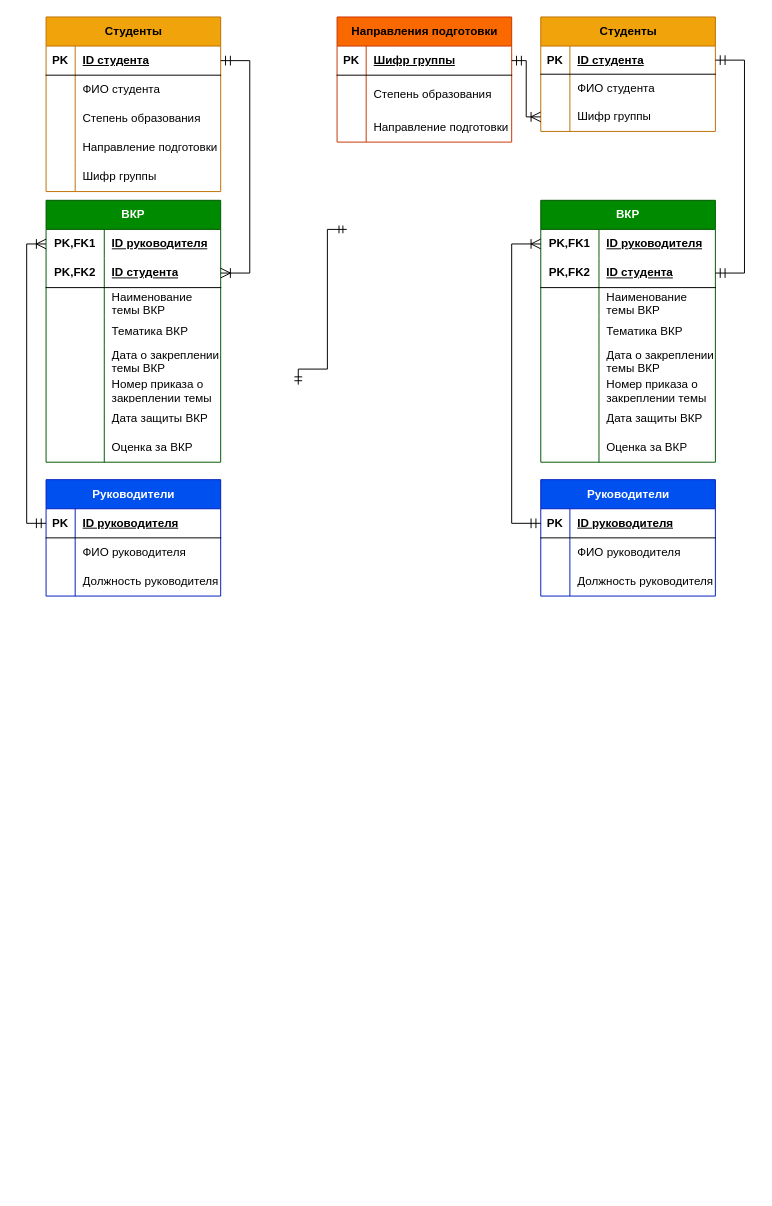
Sandwich9976/API-s keeps this draw.io diagram as Летняя практика 2023.drawio. Above is the earlier version. Source tidied: cells renumbered, new cells numbered last; positions are measured from the earlier drawing's top-left corner, leaving out a move shared by most shapes. Both pictures are drawn from the tidied source at 97%, with x=0, y=0 at pixel (26, 16).
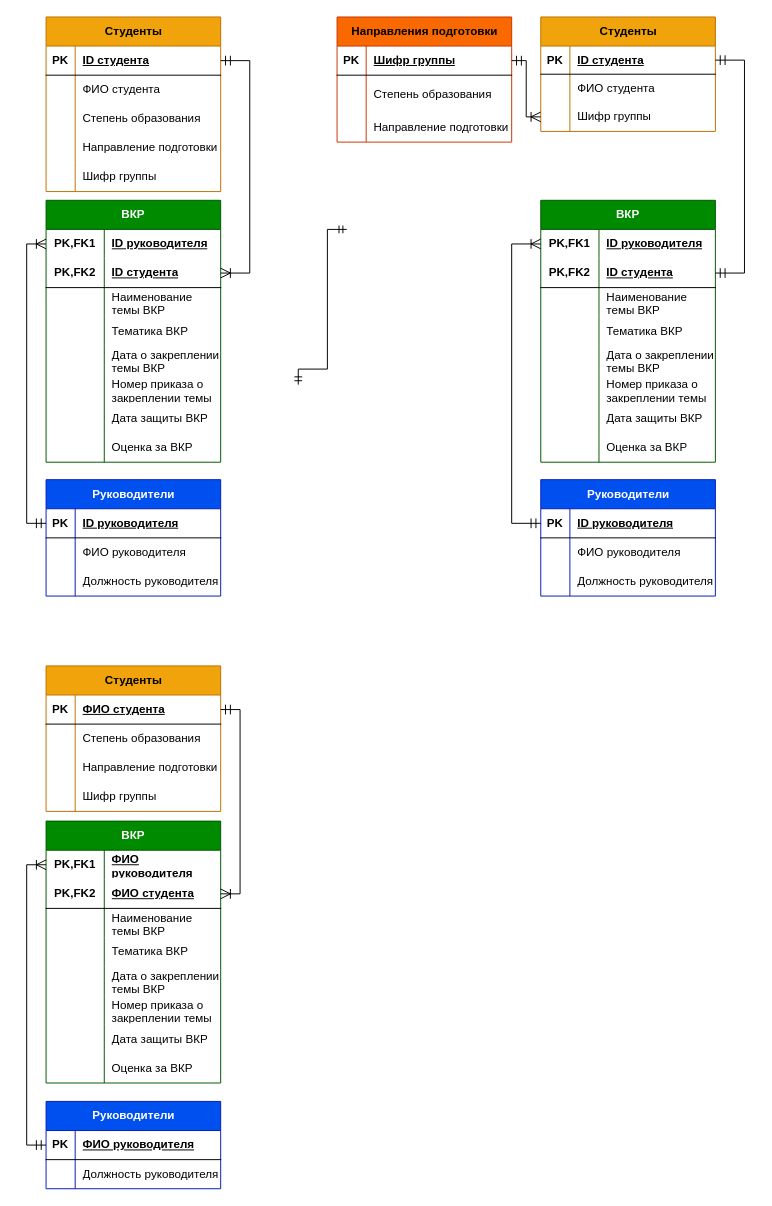
Above is the later version.

Diff of the diagram source:
```diff
@@
+    <mxCell id="114" value="Студенты" style="shape=table;startSize=30;childLayout=tableLayout;rowLines=0;fontStyle=1;align=center;html=1;fillColor=#f0a30a;strokeColor=#BD7000;fontColor=#000000;" parent="1" vertex="1">
+      <mxGeometry x="20" y="669" width="180" height="150" as="geometry" />
+    </mxCell>
+    <mxCell id="115" style="shape=tableRow;horizontal=0;startSize=0;swimlaneHead=0;swimlaneBody=0;fillColor=none;points=[[0,0.5],[1,0.5]];portConstraint=eastwest;top=0;left=0;right=0;bottom=1;" parent="114" vertex="1">
+      <mxGeometry y="30" width="180" height="30" as="geometry" />
+    </mxCell>
+    <mxCell id="116" value="PK" style="shape=partialRectangle;fillColor=none;top=0;left=0;bottom=0;right=0;fontStyle=1;overflow=hidden;whiteSpace=wrap;html=1;" parent="115" vertex="1">
+      <mxGeometry width="30" height="30" as="geometry" />
+    </mxCell>
+    <mxCell id="117" value="ФИО студента" style="shape=partialRectangle;fillColor=none;top=0;left=0;bottom=0;right=0;align=left;spacingLeft=6;fontStyle=5;overflow=hidden;whiteSpace=wrap;html=1;" parent="115" vertex="1">
+      <mxGeometry x="30" width="150" height="30" as="geometry" />
+    </mxCell>
+    <mxCell id="118" style="shape=tableRow;horizontal=0;startSize=0;swimlaneHead=0;swimlaneBody=0;fillColor=none;top=0;left=0;right=0;bottom=0;" parent="114" vertex="1">
+      <mxGeometry y="60" width="180" height="30" as="geometry" />
+    </mxCell>
+    <mxCell id="119" style="shape=partialRectangle;fillColor=none;top=0;left=0;bottom=0;right=0;overflow=hidden;whiteSpace=wrap;html=1;" parent="118" vertex="1">
+      <mxGeometry width="30" height="30" as="geometry" />
+    </mxCell>
+    <mxCell id="120" value="Степень образования" style="shape=partialRectangle;fillColor=none;top=0;left=0;bottom=0;right=0;align=left;spacingLeft=6;overflow=hidden;whiteSpace=wrap;html=1;" parent="118" vertex="1">
+      <mxGeometry x="30" width="150" height="30" as="geometry" />
+    </mxCell>
+    <mxCell id="121" style="shape=tableRow;horizontal=0;startSize=0;swimlaneHead=0;swimlaneBody=0;fillColor=none;top=0;left=0;right=0;bottom=0;" parent="114" vertex="1">
+      <mxGeometry y="90" width="180" height="30" as="geometry" />
+    </mxCell>
+    <mxCell id="122" style="shape=partialRectangle;fillColor=none;top=0;left=0;bottom=0;right=0;overflow=hidden;whiteSpace=wrap;html=1;" parent="121" vertex="1">
+      <mxGeometry width="30" height="30" as="geometry" />
+    </mxCell>
+    <mxCell id="123" value="Направление подготовки" style="shape=partialRectangle;fillColor=none;top=0;left=0;bottom=0;right=0;align=left;spacingLeft=6;overflow=hidden;whiteSpace=wrap;html=1;" parent="121" vertex="1">
+      <mxGeometry x="30" width="150" height="30" as="geometry" />
+    </mxCell>
+    <mxCell id="124" style="shape=tableRow;horizontal=0;startSize=0;swimlaneHead=0;swimlaneBody=0;fillColor=none;top=0;left=0;right=0;bottom=0;" parent="114" vertex="1">
+      <mxGeometry y="120" width="180" height="30" as="geometry" />
+    </mxCell>
+    <mxCell id="125" style="shape=partialRectangle;fillColor=none;top=0;left=0;bottom=0;right=0;overflow=hidden;whiteSpace=wrap;html=1;" parent="124" vertex="1">
+      <mxGeometry width="30" height="30" as="geometry" />
+    </mxCell>
+    <mxCell id="126" value="Шифр группы" style="shape=partialRectangle;fillColor=none;top=0;left=0;bottom=0;right=0;align=left;spacingLeft=6;overflow=hidden;whiteSpace=wrap;html=1;" parent="124" vertex="1">
+      <mxGeometry x="30" width="150" height="30" as="geometry" />
+    </mxCell>
+    <mxCell id="127" value="Руководители" style="shape=table;startSize=30;childLayout=tableLayout;rowLines=0;fontStyle=1;align=center;html=1;fillColor=#0050ef;strokeColor=#001DBC;fontColor=#ffffff;" parent="1" vertex="1">
+      <mxGeometry x="20" y="1118" width="180" height="90" as="geometry" />
+    </mxCell>
+    <mxCell id="128" style="shape=tableRow;horizontal=0;startSize=0;swimlaneHead=0;swimlaneBody=0;fillColor=none;points=[[0,0.5],[1,0.5]];portConstraint=eastwest;top=0;left=0;right=0;bottom=1;" parent="127" vertex="1">
+      <mxGeometry y="30" width="180" height="30" as="geometry" />
+    </mxCell>
+    <mxCell id="129" value="PK" style="shape=partialRectangle;fillColor=none;top=0;left=0;bottom=0;right=0;fontStyle=1;overflow=hidden;whiteSpace=wrap;html=1;" parent="128" vertex="1">
+      <mxGeometry width="30" height="30" as="geometry" />
+    </mxCell>
+    <mxCell id="130" value="ФИО руководителя" style="shape=partialRectangle;fillColor=none;top=0;left=0;bottom=0;right=0;align=left;spacingLeft=6;fontStyle=5;overflow=hidden;whiteSpace=wrap;html=1;" parent="128" vertex="1">
+      <mxGeometry x="30" width="150" height="30" as="geometry" />
+    </mxCell>
+    <mxCell id="131" style="shape=tableRow;horizontal=0;startSize=0;swimlaneHead=0;swimlaneBody=0;fillColor=none;top=0;left=0;right=0;bottom=0;" parent="127" vertex="1">
+      <mxGeometry y="60" width="180" height="30" as="geometry" />
+    </mxCell>
+    <mxCell id="132" style="shape=partialRectangle;fillColor=none;top=0;left=0;bottom=0;right=0;overflow=hidden;whiteSpace=wrap;html=1;" parent="131" vertex="1">
+      <mxGeometry width="30" height="30" as="geometry" />
+    </mxCell>
+    <mxCell id="133" value="Должность руководителя" style="shape=partialRectangle;fillColor=none;top=0;left=0;bottom=0;right=0;align=left;spacingLeft=6;overflow=hidden;whiteSpace=wrap;html=1;" parent="131" vertex="1">
+      <mxGeometry x="30" width="150" height="30" as="geometry" />
+    </mxCell>
+    <mxCell id="134" value="ВКР" style="shape=table;startSize=30;childLayout=tableLayout;rowLines=0;fontStyle=1;align=center;html=1;whiteSpace=wrap;fillColor=#008a00;fontColor=#ffffff;strokeColor=#005700;" parent="1" vertex="1">
+      <mxGeometry x="20" y="829" width="180" height="270" as="geometry" />
+    </mxCell>
+    <mxCell id="135" style="shape=tableRow;horizontal=0;startSize=0;swimlaneHead=0;swimlaneBody=0;fillColor=none;points=[[0,0.5],[1,0.5]];portConstraint=eastwest;top=0;left=0;right=0;bottom=0;html=1;" parent="134" vertex="1">
+      <mxGeometry y="30" width="180" height="30" as="geometry" />
+    </mxCell>
+    <mxCell id="136" value="PK,FK1" style="shape=partialRectangle;fillColor=none;top=0;left=0;bottom=0;right=0;fontStyle=1;overflow=hidden;html=1;whiteSpace=wrap;" parent="135" vertex="1">
+      <mxGeometry width="60" height="30" as="geometry" />
+    </mxCell>
+    <mxCell id="137" value="ФИО руководителя" style="shape=partialRectangle;fillColor=none;top=0;left=0;bottom=0;right=0;align=left;spacingLeft=6;fontStyle=5;overflow=hidden;html=1;whiteSpace=wrap;" parent="135" vertex="1">
+      <mxGeometry x="60" width="120" height="30" as="geometry" />
+    </mxCell>
+    <mxCell id="138" style="shape=tableRow;horizontal=0;startSize=0;swimlaneHead=0;swimlaneBody=0;fillColor=none;points=[[0,0.5],[1,0.5]];portConstraint=eastwest;top=0;left=0;right=0;bottom=1;html=1;" parent="134" vertex="1">
+      <mxGeometry y="60" width="180" height="30" as="geometry" />
+    </mxCell>
+    <mxCell id="139" value="PK,FK2" style="shape=partialRectangle;fillColor=none;top=0;left=0;bottom=0;right=0;fontStyle=1;overflow=hidden;html=1;whiteSpace=wrap;" parent="138" vertex="1">
+      <mxGeometry width="60" height="30" as="geometry" />
+    </mxCell>
+    <mxCell id="140" value="ФИО студента" style="shape=partialRectangle;fillColor=none;top=0;left=0;bottom=0;right=0;align=left;spacingLeft=6;fontStyle=5;overflow=hidden;html=1;whiteSpace=wrap;" parent="138" vertex="1">
+      <mxGeometry x="60" width="120" height="30" as="geometry" />
+    </mxCell>
+    <mxCell id="141" style="shape=tableRow;horizontal=0;startSize=0;swimlaneHead=0;swimlaneBody=0;fillColor=none;top=0;left=0;right=0;bottom=0;html=1;" parent="134" vertex="1">
+      <mxGeometry y="90" width="180" height="30" as="geometry" />
+    </mxCell>
+    <mxCell id="142" style="shape=partialRectangle;fillColor=none;top=0;left=0;bottom=0;right=0;overflow=hidden;html=1;whiteSpace=wrap;" parent="141" vertex="1">
+      <mxGeometry width="60" height="30" as="geometry" />
+    </mxCell>
+    <mxCell id="143" value="Наименование темы ВКР" style="shape=partialRectangle;fillColor=none;top=0;left=0;bottom=0;right=0;align=left;spacingLeft=6;overflow=hidden;html=1;whiteSpace=wrap;" parent="141" vertex="1">
+      <mxGeometry x="60" width="120" height="30" as="geometry" />
+    </mxCell>
+    <mxCell id="144" style="shape=tableRow;horizontal=0;startSize=0;swimlaneHead=0;swimlaneBody=0;fillColor=none;top=0;left=0;right=0;bottom=0;html=1;" parent="134" vertex="1">
+      <mxGeometry y="120" width="180" height="30" as="geometry" />
+    </mxCell>
+    <mxCell id="145" style="shape=partialRectangle;fillColor=none;top=0;left=0;bottom=0;right=0;overflow=hidden;html=1;whiteSpace=wrap;" parent="144" vertex="1">
+      <mxGeometry width="60" height="30" as="geometry" />
+    </mxCell>
+    <mxCell id="146" value="Тематика ВКР" style="shape=partialRectangle;fillColor=none;top=0;left=0;bottom=0;right=0;align=left;spacingLeft=6;overflow=hidden;html=1;whiteSpace=wrap;" parent="144" vertex="1">
+      <mxGeometry x="60" width="120" height="30" as="geometry" />
+    </mxCell>
+    <mxCell id="147" style="shape=tableRow;horizontal=0;startSize=0;swimlaneHead=0;swimlaneBody=0;fillColor=none;top=0;left=0;right=0;bottom=0;html=1;" parent="134" vertex="1">
+      <mxGeometry y="150" width="180" height="30" as="geometry" />
+    </mxCell>
+    <mxCell id="148" style="shape=partialRectangle;fillColor=none;top=0;left=0;bottom=0;right=0;overflow=hidden;html=1;whiteSpace=wrap;" parent="147" vertex="1">
+      <mxGeometry width="60" height="30" as="geometry" />
+    </mxCell>
+    <mxCell id="149" value="Дата о закреплении темы ВКР" style="shape=partialRectangle;fillColor=none;top=0;left=0;bottom=0;right=0;align=left;spacingLeft=6;overflow=hidden;html=1;whiteSpace=wrap;" parent="147" vertex="1">
+      <mxGeometry x="60" width="120" height="30" as="geometry" />
+    </mxCell>
+    <mxCell id="150" style="shape=tableRow;horizontal=0;startSize=0;swimlaneHead=0;swimlaneBody=0;fillColor=none;top=0;left=0;right=0;bottom=0;html=1;" parent="134" vertex="1">
+      <mxGeometry y="180" width="180" height="30" as="geometry" />
+    </mxCell>
+    <mxCell id="151" style="shape=partialRectangle;fillColor=none;top=0;left=0;bottom=0;right=0;overflow=hidden;html=1;whiteSpace=wrap;" parent="150" vertex="1">
+      <mxGeometry width="60" height="30" as="geometry" />
+    </mxCell>
+    <mxCell id="152" value="Номер приказа о закреплении темы" style="shape=partialRectangle;fillColor=none;top=0;left=0;bottom=0;right=0;align=left;spacingLeft=6;overflow=hidden;html=1;whiteSpace=wrap;" parent="150" vertex="1">
+      <mxGeometry x="60" width="120" height="30" as="geometry" />
+    </mxCell>
+    <mxCell id="153" style="shape=tableRow;horizontal=0;startSize=0;swimlaneHead=0;swimlaneBody=0;fillColor=none;top=0;left=0;right=0;bottom=0;html=1;" parent="134" vertex="1">
+      <mxGeometry y="210" width="180" height="30" as="geometry" />
+    </mxCell>
+    <mxCell id="154" style="shape=partialRectangle;fillColor=none;top=0;left=0;bottom=0;right=0;overflow=hidden;html=1;whiteSpace=wrap;" parent="153" vertex="1">
+      <mxGeometry width="60" height="30" as="geometry" />
+    </mxCell>
+    <mxCell id="155" value="Дата защиты ВКР" style="shape=partialRectangle;fillColor=none;top=0;left=0;bottom=0;right=0;align=left;spacingLeft=6;overflow=hidden;html=1;whiteSpace=wrap;" parent="153" vertex="1">
+      <mxGeometry x="60" width="120" height="30" as="geometry" />
+    </mxCell>
+    <mxCell id="156" style="shape=tableRow;horizontal=0;startSize=0;swimlaneHead=0;swimlaneBody=0;fillColor=none;top=0;left=0;right=0;bottom=0;html=1;" parent="134" vertex="1">
+      <mxGeometry y="240" width="180" height="30" as="geometry" />
+    </mxCell>
+    <mxCell id="157" style="shape=partialRectangle;fillColor=none;top=0;left=0;bottom=0;right=0;overflow=hidden;html=1;whiteSpace=wrap;" parent="156" vertex="1">
+      <mxGeometry width="60" height="30" as="geometry" />
+    </mxCell>
+    <mxCell id="158" value="Оценка за ВКР" style="shape=partialRectangle;fillColor=none;top=0;left=0;bottom=0;right=0;align=left;spacingLeft=6;overflow=hidden;html=1;whiteSpace=wrap;" parent="156" vertex="1">
+      <mxGeometry x="60" width="120" height="30" as="geometry" />
+    </mxCell>
+    <mxCell id="159" style="edgeStyle=orthogonalEdgeStyle;fontSize=12;html=1;endArrow=ERoneToMany;startArrow=ERmandOne;rounded=0;startSize=8;endSize=8;exitX=1;exitY=0.5;exitDx=0;exitDy=0;entryX=1;entryY=0.5;entryDx=0;entryDy=0;" parent="1" edge="1" source="115" target="138">
+      <mxGeometry relative="1" as="geometry">
+        <Array as="points">
+          <mxPoint x="220" y="714" />
+          <mxPoint x="220" y="904" />
+        </Array>
+      </mxGeometry>
+    </mxCell>
+    <mxCell id="160" style="edgeStyle=orthogonalEdgeStyle;fontSize=12;html=1;endArrow=ERoneToMany;startArrow=ERmandOne;rounded=0;startSize=8;endSize=8;exitX=0;exitY=0.5;exitDx=0;exitDy=0;entryX=0;entryY=0.5;entryDx=0;entryDy=0;" parent="1" edge="1" source="128" target="135">
+      <mxGeometry relative="1" as="geometry">
+        <Array as="points">
+          <mxPoint y="1163" />
+          <mxPoint y="874" />
+        </Array>
+      </mxGeometry>
+    </mxCell>
```
